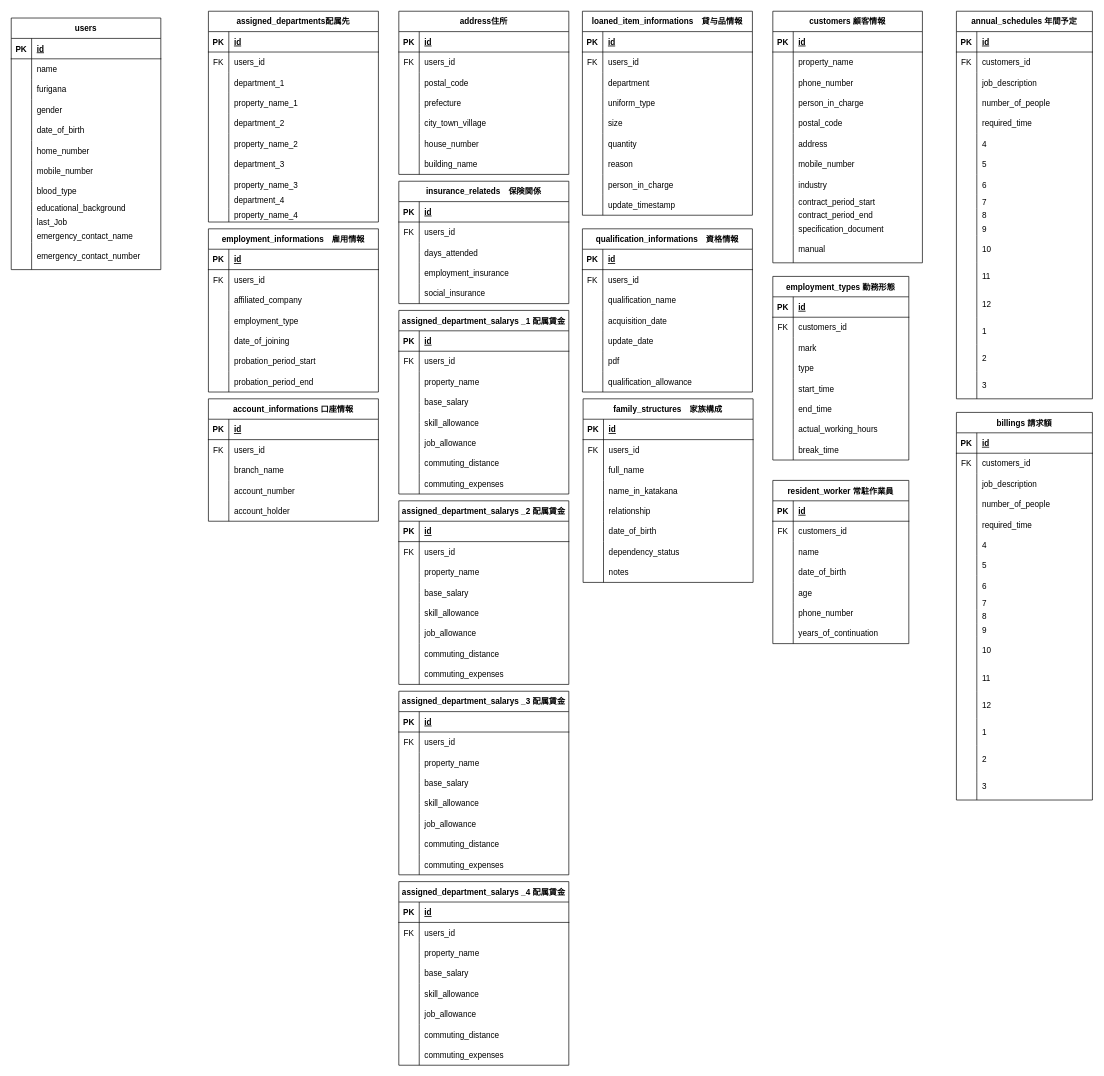
Before: 名称未設定ファイル.drawio in mmkkmmmk/name, a draw.io diagram. Source tidied: cells renumbered, new cells numbered last; positions are measured from the earlier drawing's top-left corner, leaving out a move shared by most shapes. Both pictures are drawn from the tidied source at 68%, with x=0, y=0 at pixel (11, 11).
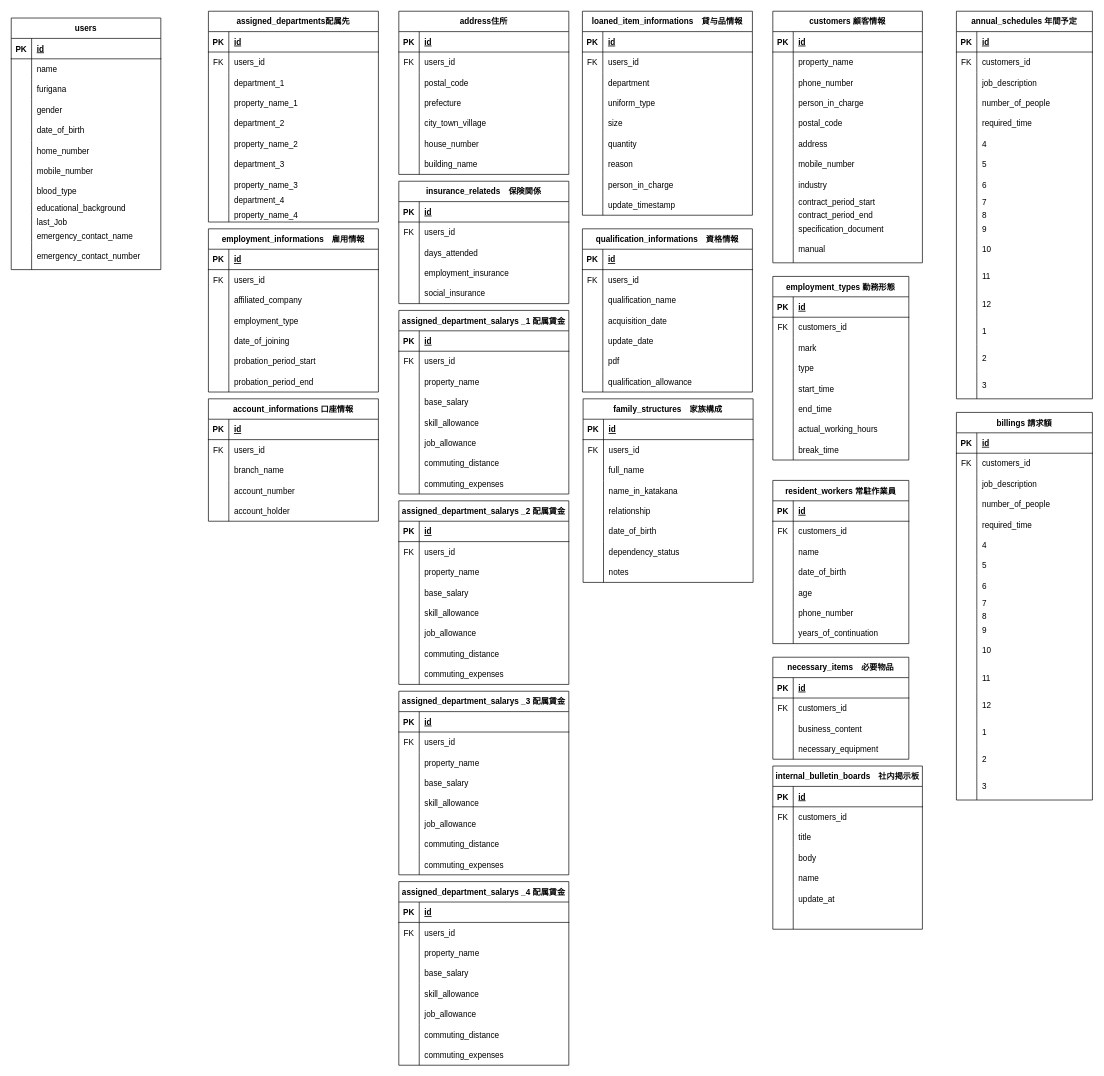
After the change.

Commit message:
名称未設定ファイル.drawio を更新します

What changed in the source:
```diff
@@
-    <mxCell id="487" value="resident_worker 常駐作業員" style="shape=table;startSize=30;childLayout=tableLayout;rowLines=0;fontStyle=1;align=center;" parent="1" vertex="1">
+    <mxCell id="487" value="resident_workers 常駐作業員" style="shape=table;startSize=30;childLayout=tableLayout;rowLines=0;fontStyle=1;align=center;" parent="1" vertex="1">
       <mxGeometry x="1120" y="690" width="200" height="240" as="geometry" />
     </mxCell>
@@
+    <mxCell id="509" value="necessary_items　必要物品" style="shape=table;startSize=30;childLayout=tableLayout;rowLines=0;fontStyle=1;align=center;" parent="1" vertex="1">
+      <mxGeometry x="1120" y="950" width="200" height="150" as="geometry" />
+    </mxCell>
+    <mxCell id="510" style="shape=partialRectangle;fillColor=none;top=0;left=0;right=0;bottom=1;" parent="509" vertex="1">
+      <mxGeometry y="30" width="200" height="30" as="geometry" />
+    </mxCell>
+    <mxCell id="511" value="PK" style="shape=partialRectangle;overflow=hidden;fillColor=none;top=0;left=0;bottom=0;right=0;fontStyle=1;" parent="510" vertex="1">
+      <mxGeometry width="30" height="30" as="geometry" />
+    </mxCell>
+    <mxCell id="512" value="id" style="shape=partialRectangle;overflow=hidden;fillColor=none;top=0;left=0;bottom=0;right=0;align=left;spacingLeft=6;fontStyle=5;" parent="510" vertex="1">
+      <mxGeometry x="30" width="170" height="30" as="geometry" />
+    </mxCell>
+    <mxCell id="513" style="shape=partialRectangle;fillColor=none;top=0;left=0;right=0;bottom=0;" parent="509" vertex="1">
+      <mxGeometry y="60" width="200" height="30" as="geometry" />
+    </mxCell>
+    <mxCell id="514" value="FK" style="shape=partialRectangle;overflow=hidden;fillColor=none;top=0;left=0;bottom=0;right=0;" parent="513" vertex="1">
+      <mxGeometry width="30" height="30" as="geometry" />
+    </mxCell>
+    <mxCell id="515" value="customers_id" style="shape=partialRectangle;overflow=hidden;fillColor=none;top=0;left=0;bottom=0;right=0;align=left;spacingLeft=6;" parent="513" vertex="1">
+      <mxGeometry x="30" width="170" height="30" as="geometry" />
+    </mxCell>
+    <mxCell id="516" style="shape=partialRectangle;fillColor=none;top=0;left=0;right=0;bottom=0;" parent="509" vertex="1">
+      <mxGeometry y="90" width="200" height="30" as="geometry" />
+    </mxCell>
+    <mxCell id="517" style="shape=partialRectangle;overflow=hidden;fillColor=none;top=0;left=0;bottom=0;right=0;" parent="516" vertex="1">
+      <mxGeometry width="30" height="30" as="geometry" />
+    </mxCell>
+    <mxCell id="518" value="business_content " style="shape=partialRectangle;overflow=hidden;fillColor=none;top=0;left=0;bottom=0;right=0;align=left;spacingLeft=6;" parent="516" vertex="1">
+      <mxGeometry x="30" width="170" height="30" as="geometry" />
+    </mxCell>
+    <mxCell id="519" style="shape=partialRectangle;fillColor=none;top=0;left=0;right=0;bottom=0;" parent="509" vertex="1">
+      <mxGeometry y="120" width="200" height="30" as="geometry" />
+    </mxCell>
+    <mxCell id="520" style="shape=partialRectangle;overflow=hidden;fillColor=none;top=0;left=0;bottom=0;right=0;" parent="519" vertex="1">
+      <mxGeometry width="30" height="30" as="geometry" />
+    </mxCell>
+    <mxCell id="521" value="necessary_equipment" style="shape=partialRectangle;overflow=hidden;fillColor=none;top=0;left=0;bottom=0;right=0;align=left;spacingLeft=6;" parent="519" vertex="1">
+      <mxGeometry x="30" width="170" height="30" as="geometry" />
+    </mxCell>
+    <mxCell id="522" value="internal_bulletin_boards　社内掲示板" style="shape=table;startSize=30;childLayout=tableLayout;rowLines=0;fontStyle=1;align=center;" parent="1" vertex="1">
+      <mxGeometry x="1120" y="1110" width="220" height="240" as="geometry" />
+    </mxCell>
+    <mxCell id="523" style="shape=partialRectangle;fillColor=none;top=0;left=0;right=0;bottom=1;" parent="522" vertex="1">
+      <mxGeometry y="30" width="220" height="30" as="geometry" />
+    </mxCell>
+    <mxCell id="524" value="PK" style="shape=partialRectangle;overflow=hidden;fillColor=none;top=0;left=0;bottom=0;right=0;fontStyle=1;" parent="523" vertex="1">
+      <mxGeometry width="30" height="30" as="geometry" />
+    </mxCell>
+    <mxCell id="525" value="id" style="shape=partialRectangle;overflow=hidden;fillColor=none;top=0;left=0;bottom=0;right=0;align=left;spacingLeft=6;fontStyle=5;" parent="523" vertex="1">
+      <mxGeometry x="30" width="190" height="30" as="geometry" />
+    </mxCell>
+    <mxCell id="526" style="shape=partialRectangle;fillColor=none;top=0;left=0;right=0;bottom=0;" parent="522" vertex="1">
+      <mxGeometry y="60" width="220" height="30" as="geometry" />
+    </mxCell>
+    <mxCell id="527" value="FK" style="shape=partialRectangle;overflow=hidden;fillColor=none;top=0;left=0;bottom=0;right=0;" parent="526" vertex="1">
+      <mxGeometry width="30" height="30" as="geometry" />
+    </mxCell>
+    <mxCell id="528" value="customers_id" style="shape=partialRectangle;overflow=hidden;fillColor=none;top=0;left=0;bottom=0;right=0;align=left;spacingLeft=6;" parent="526" vertex="1">
+      <mxGeometry x="30" width="190" height="30" as="geometry" />
+    </mxCell>
+    <mxCell id="529" style="shape=partialRectangle;fillColor=none;top=0;left=0;right=0;bottom=0;" parent="522" vertex="1">
+      <mxGeometry y="90" width="220" height="30" as="geometry" />
+    </mxCell>
+    <mxCell id="530" style="shape=partialRectangle;overflow=hidden;fillColor=none;top=0;left=0;bottom=0;right=0;" parent="529" vertex="1">
+      <mxGeometry width="30" height="30" as="geometry" />
+    </mxCell>
+    <mxCell id="531" value="title" style="shape=partialRectangle;overflow=hidden;fillColor=none;top=0;left=0;bottom=0;right=0;align=left;spacingLeft=6;" parent="529" vertex="1">
+      <mxGeometry x="30" width="190" height="30" as="geometry" />
+    </mxCell>
+    <mxCell id="532" style="shape=partialRectangle;fillColor=none;top=0;left=0;right=0;bottom=0;" parent="522" vertex="1">
+      <mxGeometry y="120" width="220" height="30" as="geometry" />
+    </mxCell>
+    <mxCell id="533" style="shape=partialRectangle;overflow=hidden;fillColor=none;top=0;left=0;bottom=0;right=0;" parent="532" vertex="1">
+      <mxGeometry width="30" height="30" as="geometry" />
+    </mxCell>
+    <mxCell id="534" value="body " style="shape=partialRectangle;overflow=hidden;fillColor=none;top=0;left=0;bottom=0;right=0;align=left;spacingLeft=6;" parent="532" vertex="1">
+      <mxGeometry x="30" width="190" height="30" as="geometry" />
+    </mxCell>
+    <mxCell id="535" style="shape=partialRectangle;fillColor=none;top=0;left=0;right=0;bottom=0;" parent="522" vertex="1">
+      <mxGeometry y="150" width="220" height="30" as="geometry" />
+    </mxCell>
+    <mxCell id="536" style="shape=partialRectangle;overflow=hidden;fillColor=none;top=0;left=0;bottom=0;right=0;" parent="535" vertex="1">
+      <mxGeometry width="30" height="30" as="geometry" />
+    </mxCell>
+    <mxCell id="537" value="name" style="shape=partialRectangle;overflow=hidden;fillColor=none;top=0;left=0;bottom=0;right=0;align=left;spacingLeft=6;" parent="535" vertex="1">
+      <mxGeometry x="30" width="190" height="30" as="geometry" />
+    </mxCell>
+    <mxCell id="538" style="shape=partialRectangle;fillColor=none;top=0;left=0;right=0;bottom=0;" parent="522" vertex="1">
+      <mxGeometry y="180" width="220" height="30" as="geometry" />
+    </mxCell>
+    <mxCell id="539" style="shape=partialRectangle;overflow=hidden;fillColor=none;top=0;left=0;bottom=0;right=0;" parent="538" vertex="1">
+      <mxGeometry width="30" height="30" as="geometry" />
+    </mxCell>
+    <mxCell id="540" value="update_at" style="shape=partialRectangle;overflow=hidden;fillColor=none;top=0;left=0;bottom=0;right=0;align=left;spacingLeft=6;" parent="538" vertex="1">
+      <mxGeometry x="30" width="190" height="30" as="geometry" />
+    </mxCell>
+    <mxCell id="541" style="shape=partialRectangle;fillColor=none;top=0;left=0;right=0;bottom=0;" parent="522" vertex="1">
+      <mxGeometry y="210" width="220" height="30" as="geometry" />
+    </mxCell>
+    <mxCell id="542" style="shape=partialRectangle;overflow=hidden;fillColor=none;top=0;left=0;bottom=0;right=0;" parent="541" vertex="1">
+      <mxGeometry width="30" height="30" as="geometry" />
+    </mxCell>
+    <mxCell id="543" style="shape=partialRectangle;overflow=hidden;fillColor=none;top=0;left=0;bottom=0;right=0;align=left;spacingLeft=6;" parent="541" vertex="1">
+      <mxGeometry x="30" width="190" height="30" as="geometry" />
+    </mxCell>
```
